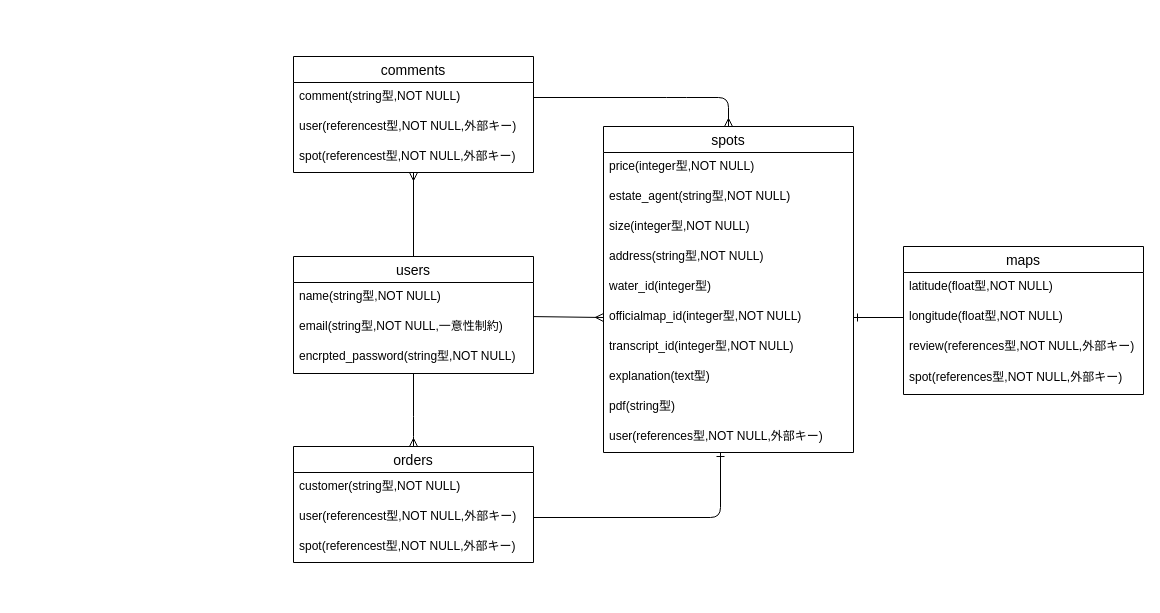
The draw.io diagram er.dio in okazuo/rawspot, before the edit. Source tidied: cells renumbered, new cells numbered last; positions are measured from the earlier drawing's top-left corner, leaving out a move shared by most shapes. Both pictures are drawn from the tidied source at 100%, with x=0, y=0 at pixel (293, 56).
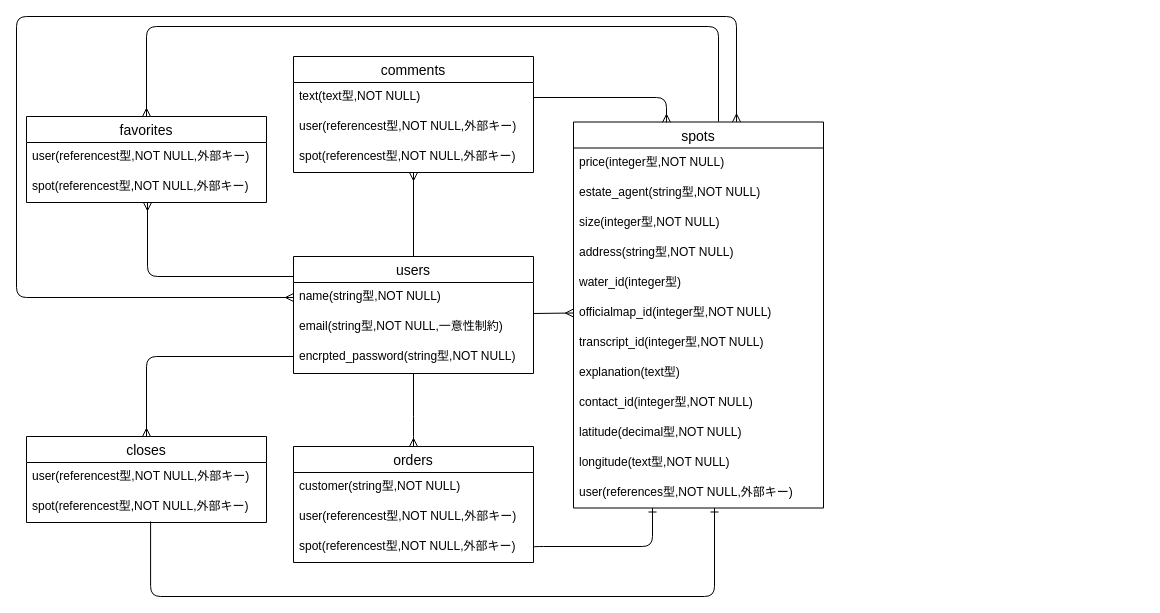
The same page after the edit.

The change refers to these unchanged cells:
```xml
<mxCell id="2" value="users" style="swimlane;fontStyle=0;horizontal=1;startSize=26;align=center;fontSize=14;" parent="1" vertex="1">
  <mxGeometry y="200" width="240" height="117" as="geometry" />
</mxCell>
<mxCell id="3" value="name(string型,NOT NULL)" style="text;strokeColor=none;fillColor=none;spacingLeft=4;spacingRight=4;overflow=hidden;points=[[0,0.5],[1,0.5]];portConstraint=eastwest;fontSize=12;" parent="2" vertex="1">
  <mxGeometry y="26" width="240" height="30" as="geometry" />
</mxCell>
<mxCell id="5" value="encrpted_password(string型,NOT NULL)" style="text;strokeColor=none;fillColor=none;spacingLeft=4;spacingRight=4;overflow=hidden;points=[[0,0.5],[1,0.5]];portConstraint=eastwest;fontSize=12;" parent="2" vertex="1">
  <mxGeometry y="86" width="240" height="31" as="geometry" />
</mxCell>
<mxCell id="12" value="officialmap_id(integer型,NOT NULL)" style="text;strokeColor=none;fillColor=none;spacingLeft=4;spacingRight=4;overflow=hidden;points=[[0,0.5],[1,0.5]];portConstraint=eastwest;fontSize=12;" parent="6" vertex="1">
  <mxGeometry y="176" width="250" height="30" as="geometry" />
</mxCell>
<mxCell id="24" value="user(referencest型,NOT NULL,外部キー)" style="text;strokeColor=none;fillColor=none;spacingLeft=4;spacingRight=4;overflow=hidden;points=[[0,0.5],[1,0.5]];portConstraint=eastwest;fontSize=12;" parent="22" vertex="1">
  <mxGeometry y="56" width="240" height="30" as="geometry" />
</mxCell>
<mxCell id="25" value="spot(referencest型,NOT NULL,外部キー)" style="text;strokeColor=none;fillColor=none;spacingLeft=4;spacingRight=4;overflow=hidden;points=[[0,0.5],[1,0.5]];portConstraint=eastwest;fontSize=12;" parent="22" vertex="1">
  <mxGeometry y="86" width="240" height="30" as="geometry" />
</mxCell>
<mxCell id="26" value="comments" style="swimlane;fontStyle=0;horizontal=1;startSize=26;align=center;fontSize=14;" parent="1" vertex="1">
  <mxGeometry width="240" height="116" as="geometry" />
</mxCell>
```

Diff of the diagram source:
```diff
@@
     <mxCell id="6" value="spots" style="swimlane;fontStyle=0;horizontal=1;startSize=26;align=center;fontSize=14;" parent="1" vertex="1">
-      <mxGeometry x="310" y="70" width="250" height="326" as="geometry" />
+      <mxGeometry x="280" y="65.5" width="250" height="386" as="geometry" />
     </mxCell>
@@
-    <mxCell id="15" value="pdf(string型)" style="text;strokeColor=none;fillColor=none;spacingLeft=4;spacingRight=4;overflow=hidden;fontSize=12;" parent="6" vertex="1">
-      <mxGeometry y="266" width="250" height="30" as="geometry" />
-    </mxCell>
+    <mxCell id="36" value="contact_id(integer型,NOT NULL)" style="text;strokeColor=none;fillColor=none;spacingLeft=4;spacingRight=4;overflow=hidden;fontSize=12;" parent="6" vertex="1">
+      <mxGeometry y="266" width="250" height="30" as="geometry" />
+    </mxCell>
+    <mxCell id="37" value="latitude(decimal型,NOT NULL)" style="text;strokeColor=none;fillColor=none;spacingLeft=4;spacingRight=4;overflow=hidden;fontSize=12;" parent="6" vertex="1">
+      <mxGeometry y="296" width="250" height="30" as="geometry" />
+    </mxCell>
+    <mxCell id="38" value="longitude(text型,NOT NULL)" style="text;strokeColor=none;fillColor=none;spacingLeft=4;spacingRight=4;overflow=hidden;fontSize=12;" parent="6" vertex="1">
+      <mxGeometry y="326" width="250" height="30" as="geometry" />
+    </mxCell>
     <mxCell id="16" value="user(references型,NOT NULL,外部キー)" style="text;strokeColor=none;fillColor=none;spacingLeft=4;spacingRight=4;overflow=hidden;points=[[0,0.5],[1,0.5]];portConstraint=eastwest;fontSize=12;" parent="6" vertex="1">
-      <mxGeometry y="296" width="250" height="30" as="geometry" />
+      <mxGeometry y="356" width="250" height="30" as="geometry" />
     </mxCell>
-    <mxCell id="17" value="maps" style="swimlane;fontStyle=0;horizontal=1;startSize=26;align=center;fontSize=14;" parent="1" vertex="1">
-      <mxGeometry x="610" y="190" width="240" height="148" as="geometry" />
-    </mxCell>
-    <mxCell id="18" value="latitude(float型,NOT NULL)" style="text;strokeColor=none;fillColor=none;spacingLeft=4;spacingRight=4;overflow=hidden;fontSize=12;" parent="17" vertex="1">
-      <mxGeometry y="26" width="240" height="30" as="geometry" />
-    </mxCell>
-    <mxCell id="19" value="longitude(float型,NOT NULL)" style="text;strokeColor=none;fillColor=none;spacingLeft=4;spacingRight=4;overflow=hidden;points=[[0,0.5],[1,0.5]];portConstraint=eastwest;fontSize=12;" parent="17" vertex="1">
-      <mxGeometry y="56" width="240" height="30" as="geometry" />
-    </mxCell>
-    <mxCell id="20" value="review(references型,NOT NULL,外部キー)" style="text;strokeColor=none;fillColor=none;spacingLeft=4;spacingRight=4;overflow=hidden;fontSize=12;" parent="17" vertex="1">
-      <mxGeometry y="86" width="240" height="31" as="geometry" />
-    </mxCell>
-    <mxCell id="21" value="spot(references型,NOT NULL,外部キー)" style="text;strokeColor=none;fillColor=none;spacingLeft=4;spacingRight=4;overflow=hidden;fontSize=12;" parent="17" vertex="1">
-      <mxGeometry y="117" width="240" height="31" as="geometry" />
-    </mxCell>
@@
-    <mxCell id="27" value="comment(string型,NOT NULL)" style="text;strokeColor=none;fillColor=none;spacingLeft=4;spacingRight=4;overflow=hidden;points=[[0,0.5],[1,0.5]];portConstraint=eastwest;fontSize=12;" parent="26" vertex="1">
+    <mxCell id="27" value="text(text型,NOT NULL)" style="text;strokeColor=none;fillColor=none;spacingLeft=4;spacingRight=4;overflow=hidden;points=[[0,0.5],[1,0.5]];portConstraint=eastwest;fontSize=12;" parent="26" vertex="1">
       <mxGeometry y="26" width="240" height="30" as="geometry" />
     </mxCell>
@@
-    <mxCell id="32" style="fontSize=12;html=1;endArrow=ERmany;exitX=1;exitY=0.5;exitDx=0;exitDy=0;entryX=0.5;entryY=0;entryDx=0;entryDy=0;" parent="1" edge="1" source="27" target="6">
+    <mxCell id="32" style="fontSize=12;html=1;endArrow=ERmany;exitX=1;exitY=0.5;exitDx=0;exitDy=0;entryX=0.372;entryY=0.001;entryDx=0;entryDy=0;entryPerimeter=0;" parent="1" edge="1" source="27" target="6">
       <mxGeometry relative="1" as="geometry">
         <Array as="points">
-          <mxPoint x="383" y="41" />
-          <mxPoint x="435" y="41" />
+          <mxPoint x="373" y="41" />
         </Array>
       </mxGeometry>
     </mxCell>
@@
-    <mxCell id="34" style="fontSize=12;html=1;endArrow=ERone;endFill=0;exitX=0;exitY=0.5;exitDx=0;exitDy=0;entryX=1;entryY=0.5;entryDx=0;entryDy=0;" parent="1" edge="1" source="19" target="12">
-      <mxGeometry relative="1" as="geometry" />
-    </mxCell>
-    <mxCell id="35" style="edgeStyle=orthogonalEdgeStyle;fontSize=12;html=1;endArrow=ERone;exitX=1;exitY=0.5;exitDx=0;exitDy=0;endFill=0;" parent="1" edge="1" source="24" target="16">
+    <mxCell id="35" style="edgeStyle=orthogonalEdgeStyle;fontSize=12;html=1;endArrow=ERone;exitX=1;exitY=0.5;exitDx=0;exitDy=0;endFill=0;" parent="1" edge="1" source="25" target="16">
       <mxGeometry relative="1" as="geometry">
         <Array as="points">
-          <mxPoint x="427" y="461" />
+          <mxPoint x="240" y="490" />
+          <mxPoint x="359" y="490" />
         </Array>
       </mxGeometry>
     </mxCell>
+    <mxCell id="39" value="favorites" style="swimlane;fontStyle=0;horizontal=1;startSize=26;align=center;fontSize=14;" parent="1" vertex="1">
+      <mxGeometry x="-267" y="60" width="240" height="86" as="geometry" />
+    </mxCell>
+    <mxCell id="40" value="user(referencest型,NOT NULL,外部キー)" style="text;strokeColor=none;fillColor=none;spacingLeft=4;spacingRight=4;overflow=hidden;fontSize=12;" parent="39" vertex="1">
+      <mxGeometry y="26" width="240" height="30" as="geometry" />
+    </mxCell>
+    <mxCell id="41" value="spot(referencest型,NOT NULL,外部キー)" style="text;strokeColor=none;fillColor=none;spacingLeft=4;spacingRight=4;overflow=hidden;points=[[0,0.5],[1,0.5]];portConstraint=eastwest;fontSize=12;" parent="39" vertex="1">
+      <mxGeometry y="56" width="240" height="30" as="geometry" />
+    </mxCell>
+    <mxCell id="42" value="closes" style="swimlane;fontStyle=0;horizontal=1;startSize=26;align=center;fontSize=14;" parent="1" vertex="1">
+      <mxGeometry x="-267" y="380" width="240" height="86" as="geometry" />
+    </mxCell>
+    <mxCell id="43" value="user(referencest型,NOT NULL,外部キー)" style="text;strokeColor=none;fillColor=none;spacingLeft=4;spacingRight=4;overflow=hidden;fontSize=12;" parent="42" vertex="1">
+      <mxGeometry y="26" width="240" height="30" as="geometry" />
+    </mxCell>
+    <mxCell id="44" value="spot(referencest型,NOT NULL,外部キー)" style="text;strokeColor=none;fillColor=none;spacingLeft=4;spacingRight=4;overflow=hidden;points=[[0,0.5],[1,0.5]];portConstraint=eastwest;fontSize=12;" parent="42" vertex="1">
+      <mxGeometry y="56" width="240" height="30" as="geometry" />
+    </mxCell>
+    <mxCell id="45" style="edgeStyle=orthogonalEdgeStyle;fontSize=12;html=1;endArrow=none;endFill=0;exitX=0.5;exitY=0;exitDx=0;exitDy=0;entryX=0.58;entryY=-0.001;entryDx=0;entryDy=0;entryPerimeter=0;startArrow=ERmany;startFill=0;" parent="1" edge="1" source="39" target="6">
+      <mxGeometry relative="1" as="geometry">
+        <Array as="points">
+          <mxPoint x="-147" y="-30" />
+          <mxPoint x="425" y="-30" />
+        </Array>
+      </mxGeometry>
+    </mxCell>
+    <mxCell id="46" style="edgeStyle=orthogonalEdgeStyle;fontSize=12;html=1;endArrow=ERone;endFill=0;exitX=0.517;exitY=0.967;exitDx=0;exitDy=0;exitPerimeter=0;startArrow=none;startFill=0;" parent="1" edge="1" source="44" target="16">
+      <mxGeometry relative="1" as="geometry">
+        <Array as="points">
+          <mxPoint x="-143" y="540" />
+          <mxPoint x="421" y="540" />
+        </Array>
+      </mxGeometry>
+    </mxCell>
+    <mxCell id="47" style="edgeStyle=orthogonalEdgeStyle;fontSize=12;html=1;endArrow=none;endFill=0;startArrow=ERmany;startFill=0;" parent="1" edge="1" source="41" target="2">
+      <mxGeometry relative="1" as="geometry">
+        <Array as="points">
+          <mxPoint x="-146" y="220" />
+        </Array>
+      </mxGeometry>
+    </mxCell>
+    <mxCell id="48" style="edgeStyle=orthogonalEdgeStyle;fontSize=12;html=1;endArrow=none;endFill=0;exitX=0.5;exitY=0;exitDx=0;exitDy=0;startArrow=ERmany;startFill=0;" parent="1" edge="1" source="42" target="5">
+      <mxGeometry relative="1" as="geometry">
+        <Array as="points">
+          <mxPoint x="-147" y="300" />
+        </Array>
+      </mxGeometry>
+    </mxCell>
+    <mxCell id="49" style="edgeStyle=orthogonalEdgeStyle;fontSize=12;html=1;endArrow=ERmany;endFill=0;exitX=0;exitY=0.5;exitDx=0;exitDy=0;startArrow=ERmany;startFill=0;" parent="1" edge="1" source="3" target="6">
+      <mxGeometry relative="1" as="geometry">
+        <Array as="points">
+          <mxPoint x="-277" y="241" />
+          <mxPoint x="-277" y="-40" />
+          <mxPoint x="443" y="-40" />
+        </Array>
+      </mxGeometry>
+    </mxCell>
```
